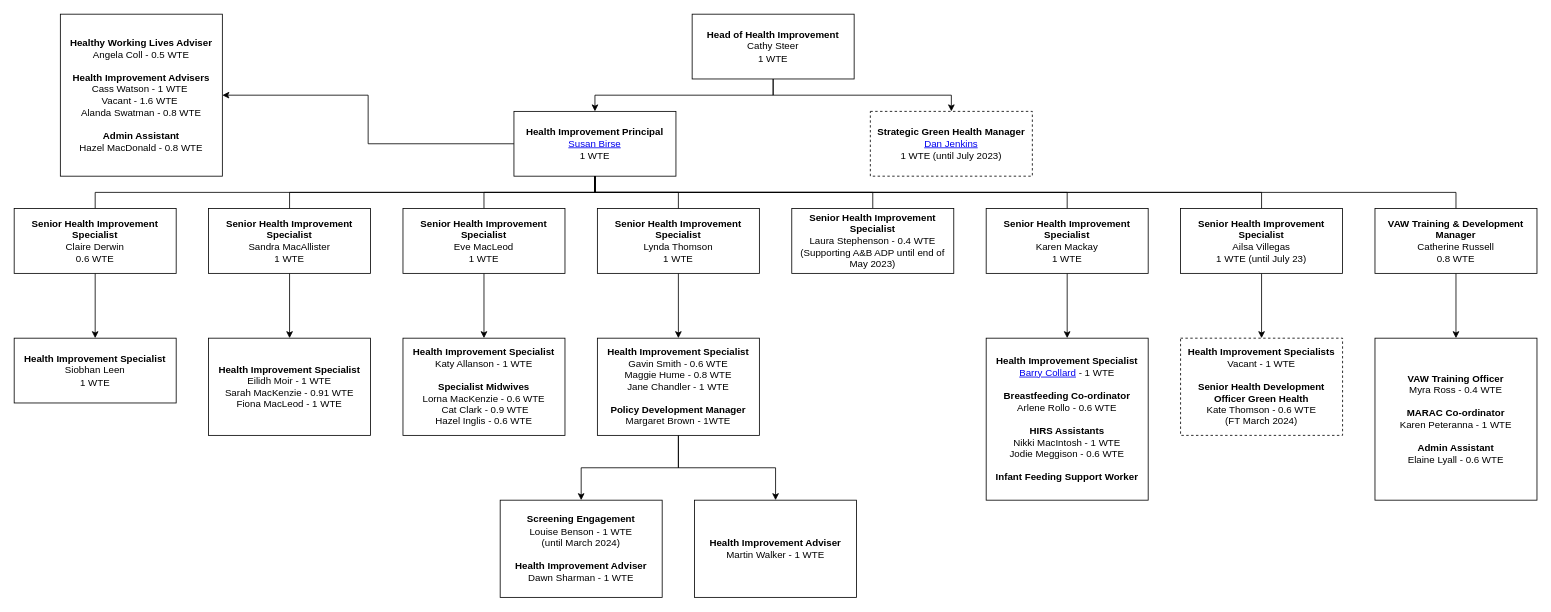
Earlier version of the draw.io diagram Untitled Diagram.drawio (barrycollard/staffOrgChart). Source tidied: cells renumbered, new cells numbered last; positions are measured from the earlier drawing's top-left corner, leaving out a move shared by most shapes. Both pictures are drawn from the tidied source at 81%, with x=0, y=0 at pixel (14, 14).
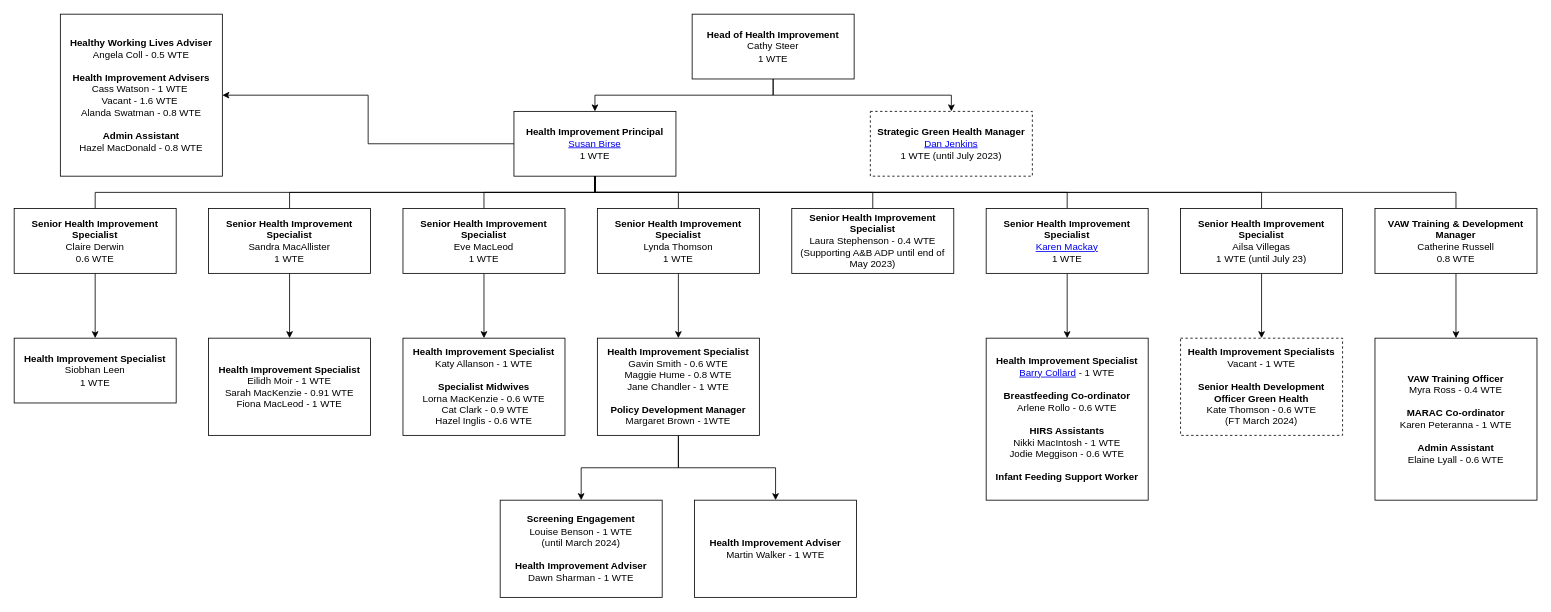
Above is the later version.

Change to the diagram source:
```diff
@@
-    <mxCell id="25" value="&lt;div&gt;&lt;b&gt;Senior Health Improvement Specialist&lt;/b&gt;&lt;/div&gt;&lt;div&gt;Karen Mackay&lt;/div&gt;&lt;div&gt;1 WTE&lt;/div&gt;" style="rounded=0;whiteSpace=wrap;html=1;" parent="1" vertex="1">
+    <mxCell id="25" value="&lt;div&gt;&lt;b&gt;Senior Health Improvement Specialist&lt;/b&gt;&lt;/div&gt;&lt;div&gt;&lt;a href=&quot;https://nhshighland.publichealth.scot.nhs.uk/staff/karen-mackay/&quot;&gt;Karen Mackay&lt;/a&gt;&lt;/div&gt;&lt;div&gt;1 WTE&lt;/div&gt;" style="rounded=0;whiteSpace=wrap;html=1;" parent="1" vertex="1">
       <mxGeometry x="1200" y="240" width="200" height="80" as="geometry" />
     </mxCell>
```
